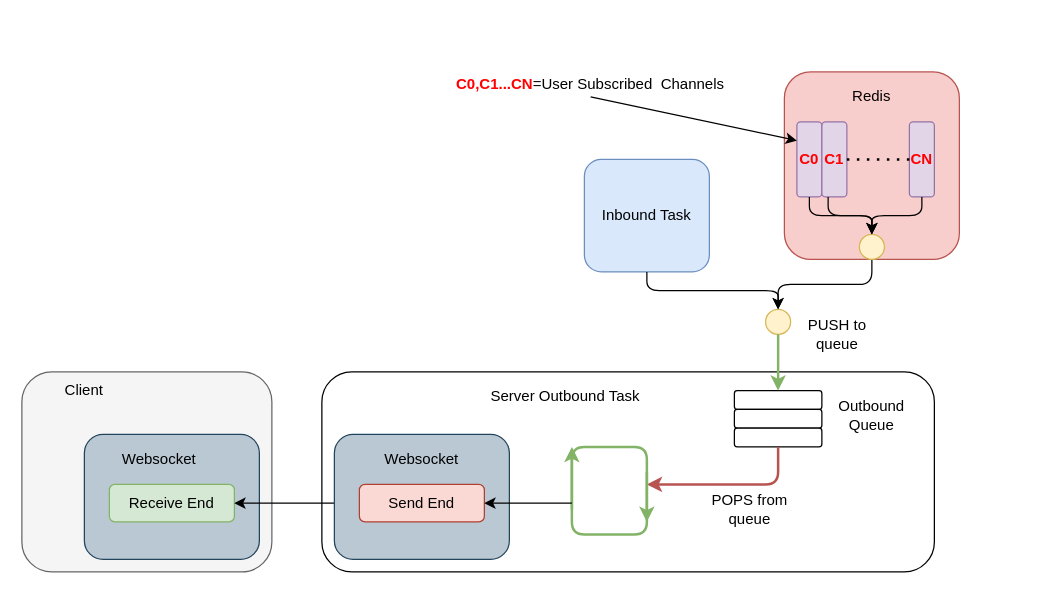
This is Docs/Outbound.drawio from sanzor/Ctesiphon, a draw.io file, before an edit. Source tidied: cells renumbered, new cells numbered last; positions are measured from the earlier drawing's top-left corner, leaving out a move shared by most shapes. Both pictures are drawn from the tidied source at 125%, with x=0, y=0 at pixel (21, 71).
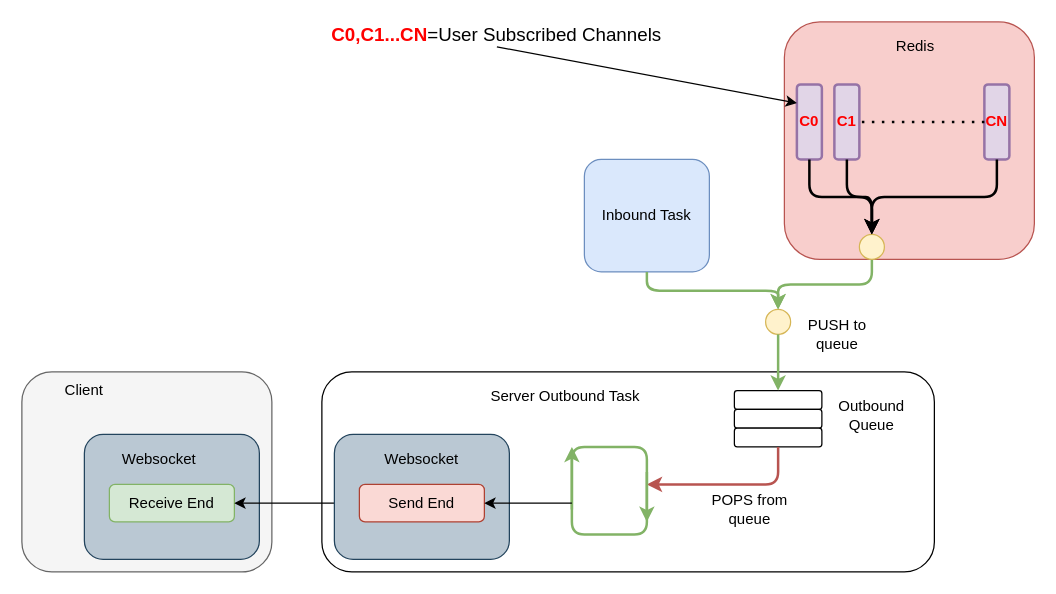
After the change.

The change refers to these unchanged cells:
```xml
<mxCell id="11" value="Inbound Task" style="rounded=1;whiteSpace=wrap;html=1;fillColor=#dae8fc;strokeColor=#6c8ebf;" parent="1" vertex="1">
  <mxGeometry x="450" y="70" width="100" height="90" as="geometry" />
</mxCell>
<mxCell id="12" style="ellipse;whiteSpace=wrap;html=1;fillColor=#fff2cc;strokeColor=#d6b656;" parent="1" vertex="1">
  <mxGeometry x="595" y="190" width="20" height="20" as="geometry" />
</mxCell>
<mxCell id="34" style="ellipse;whiteSpace=wrap;html=1;fillColor=#fff2cc;strokeColor=#d6b656;" parent="1" vertex="1">
  <mxGeometry x="670" y="130" width="20" height="20" as="geometry" />
</mxCell>
```

Change to the diagram source:
```diff
@@
     <mxCell id="2" style="rounded=1;whiteSpace=wrap;html=1;fillColor=#f8cecc;strokeColor=#b85450;" parent="1" vertex="1">
-      <mxGeometry x="610" width="140" height="150" as="geometry" />
+      <mxGeometry x="610" y="-40" width="200" height="190" as="geometry" />
     </mxCell>
@@
-    <mxCell id="13" style="edgeStyle=elbowEdgeStyle;elbow=vertical;endArrow=classic;html=1;exitX=0.5;exitY=1;exitDx=0;exitDy=0;entryX=0.5;entryY=0;entryDx=0;entryDy=0;" parent="1" edge="1" source="11" target="12">
+    <mxCell id="13" style="edgeStyle=elbowEdgeStyle;elbow=vertical;endArrow=classic;html=1;exitX=0.5;exitY=1;exitDx=0;exitDy=0;entryX=0.5;entryY=0;entryDx=0;entryDy=0;strokeWidth=2;fillColor=#d5e8d4;strokeColor=#82b366;" parent="1" edge="1" source="11" target="12">
       <mxGeometry relative="1" as="geometry">
         <Array as="points">
           <mxPoint x="560" y="175" />
         </Array>
       </mxGeometry>
     </mxCell>
-    <mxCell id="14" style="edgeStyle=elbowEdgeStyle;elbow=vertical;endArrow=classic;html=1;exitX=0.5;exitY=1;exitDx=0;exitDy=0;entryX=0.5;entryY=0;entryDx=0;entryDy=0;exitPerimeter=0;" parent="1" edge="1" target="12">
+    <mxCell id="14" style="edgeStyle=elbowEdgeStyle;elbow=vertical;endArrow=classic;html=1;exitX=0.5;exitY=1;exitDx=0;exitDy=0;entryX=0.5;entryY=0;entryDx=0;entryDy=0;exitPerimeter=0;strokeWidth=2;fillColor=#d5e8d4;strokeColor=#82b366;" parent="1" edge="1" target="12">
       <mxGeometry relative="1" as="geometry">
         <mxPoint x="680" y="150" as="sourcePoint" />
-        <Array as="points">
-          <mxPoint x="650" y="170" />
-        </Array>
       </mxGeometry>
     </mxCell>
@@
-    <mxCell id="29" value="&lt;font color=&quot;#ff0000&quot;&gt;&lt;b&gt;C0&lt;/b&gt;&lt;/font&gt;" style="rounded=1;whiteSpace=wrap;html=1;fillColor=#e1d5e7;strokeColor=#9673a6;" parent="1" vertex="1">
-      <mxGeometry x="620" y="40" width="20" height="60" as="geometry" />
+    <mxCell id="29" value="&lt;font color=&quot;#ff0000&quot;&gt;&lt;b&gt;C0&lt;/b&gt;&lt;/font&gt;" style="rounded=1;whiteSpace=wrap;html=1;fillColor=#e1d5e7;strokeColor=#9673a6;strokeWidth=2;" parent="1" vertex="1">
+      <mxGeometry x="620" y="10" width="20" height="60" as="geometry" />
     </mxCell>
-    <mxCell id="30" value="&lt;b&gt;&lt;font color=&quot;#ff0000&quot;&gt;C1&lt;/font&gt;&lt;/b&gt;" style="rounded=1;whiteSpace=wrap;html=1;fillColor=#e1d5e7;strokeColor=#9673a6;" parent="1" vertex="1">
-      <mxGeometry x="640" y="40" width="20" height="60" as="geometry" />
+    <mxCell id="30" value="&lt;b&gt;&lt;font color=&quot;#ff0000&quot;&gt;C1&lt;/font&gt;&lt;/b&gt;" style="rounded=1;whiteSpace=wrap;html=1;fillColor=#e1d5e7;strokeColor=#9673a6;strokeWidth=2;" parent="1" vertex="1">
+      <mxGeometry x="650" y="10" width="20" height="60" as="geometry" />
     </mxCell>
-    <mxCell id="31" value="&lt;font color=&quot;#ff0000&quot;&gt;&lt;b&gt;CN&lt;/b&gt;&lt;/font&gt;" style="rounded=1;whiteSpace=wrap;html=1;fillColor=#e1d5e7;strokeColor=#9673a6;" parent="1" vertex="1">
-      <mxGeometry x="710" y="40" width="20" height="60" as="geometry" />
+    <mxCell id="31" value="&lt;font color=&quot;#ff0000&quot;&gt;&lt;b&gt;CN&lt;/b&gt;&lt;/font&gt;" style="rounded=1;whiteSpace=wrap;html=1;fillColor=#e1d5e7;strokeColor=#9673a6;strokeWidth=2;" parent="1" vertex="1">
+      <mxGeometry x="770" y="10" width="20" height="60" as="geometry" />
     </mxCell>
     <mxCell id="32" value="Redis" style="text;html=1;strokeColor=none;fillColor=none;align=center;verticalAlign=middle;whiteSpace=wrap;rounded=0;" parent="1" vertex="1">
-      <mxGeometry x="660" y="10" width="40" height="20" as="geometry" />
+      <mxGeometry x="695" y="-30" width="40" height="20" as="geometry" />
     </mxCell>
@@
-    <mxCell id="35" style="edgeStyle=elbowEdgeStyle;elbow=vertical;endArrow=classic;html=1;strokeWidth=1;exitX=0.5;exitY=1;exitDx=0;exitDy=0;entryX=0.5;entryY=0;entryDx=0;entryDy=0;" parent="1" edge="1" source="29" target="34">
+    <mxCell id="35" style="edgeStyle=elbowEdgeStyle;elbow=vertical;endArrow=classic;html=1;strokeWidth=2;exitX=0.5;exitY=1;exitDx=0;exitDy=0;entryX=0.5;entryY=0;entryDx=0;entryDy=0;" parent="1" edge="1" source="29" target="34">
       <mxGeometry relative="1" as="geometry" />
     </mxCell>
-    <mxCell id="36" style="edgeStyle=elbowEdgeStyle;elbow=vertical;endArrow=classic;html=1;strokeWidth=1;exitX=0.5;exitY=1;exitDx=0;exitDy=0;entryX=0.5;entryY=0;entryDx=0;entryDy=0;" parent="1" edge="1" target="34">
+    <mxCell id="36" style="edgeStyle=elbowEdgeStyle;elbow=vertical;endArrow=classic;html=1;strokeWidth=2;exitX=0.5;exitY=1;exitDx=0;exitDy=0;entryX=0.5;entryY=0;entryDx=0;entryDy=0;" parent="1" edge="1" source="30" target="34">
       <mxGeometry relative="1" as="geometry">
-        <mxPoint x="645" y="100" as="sourcePoint" />
+        <Array as="points">
+          <mxPoint x="650" y="100" />
+        </Array>
       </mxGeometry>
     </mxCell>
-    <mxCell id="37" style="edgeStyle=elbowEdgeStyle;elbow=vertical;endArrow=classic;html=1;strokeWidth=1;exitX=0.5;exitY=1;exitDx=0;exitDy=0;" parent="1" edge="1" source="31">
+    <mxCell id="37" style="edgeStyle=elbowEdgeStyle;elbow=vertical;endArrow=classic;html=1;strokeWidth=2;exitX=0.5;exitY=1;exitDx=0;exitDy=0;" parent="1" edge="1" source="31">
       <mxGeometry relative="1" as="geometry">
         <mxPoint x="680" y="130" as="targetPoint" />
       </mxGeometry>
     </mxCell>
-    <mxCell id="38" value="&lt;font color=&quot;#ff0000&quot;&gt;&lt;b&gt;C0,C1...CN&lt;/b&gt;&lt;/font&gt;=User Subscribed&amp;nbsp; Channels" style="text;html=1;strokeColor=none;fillColor=none;align=center;verticalAlign=middle;whiteSpace=wrap;rounded=0;" parent="1" vertex="1">
-      <mxGeometry x="330" width="250" height="20" as="geometry" />
+    <mxCell id="38" value="&lt;font style=&quot;font-size: 15px&quot;&gt;&lt;font color=&quot;#ff0000&quot; style=&quot;font-size: 15px&quot;&gt;&lt;b&gt;C0,C1...CN&lt;/b&gt;&lt;/font&gt;=User Subscribed Channels&lt;/font&gt;" style="text;html=1;strokeColor=none;fillColor=none;align=center;verticalAlign=middle;whiteSpace=wrap;rounded=0;" parent="1" vertex="1">
+      <mxGeometry x="190" y="-40" width="380" height="20" as="geometry" />
     </mxCell>
```
